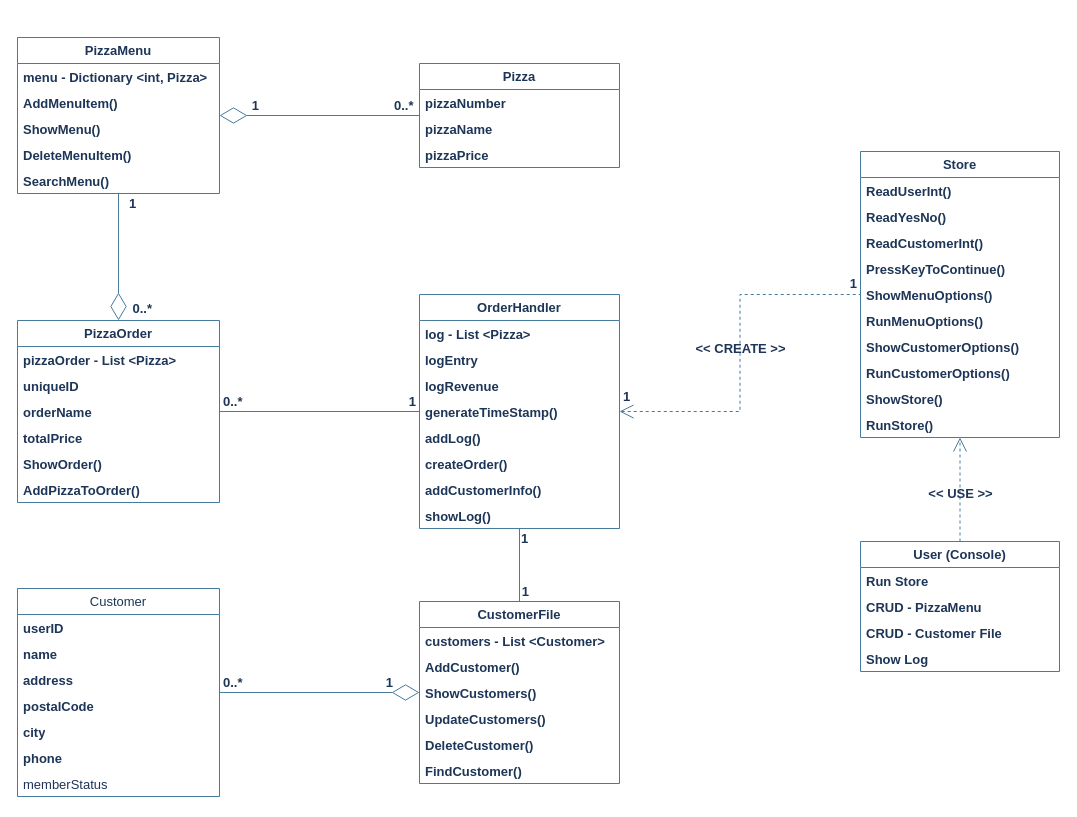
Before: PizzaStoreDomainDiagram.drawio in Cal-ly/PizzaStore, a draw.io diagram. Source tidied: cells renumbered, new cells numbered last; positions are measured from the earlier drawing's top-left corner, leaving out a move shared by most shapes. Both pictures are drawn from the tidied source at 100%, with x=0, y=0 at pixel (17, 37).
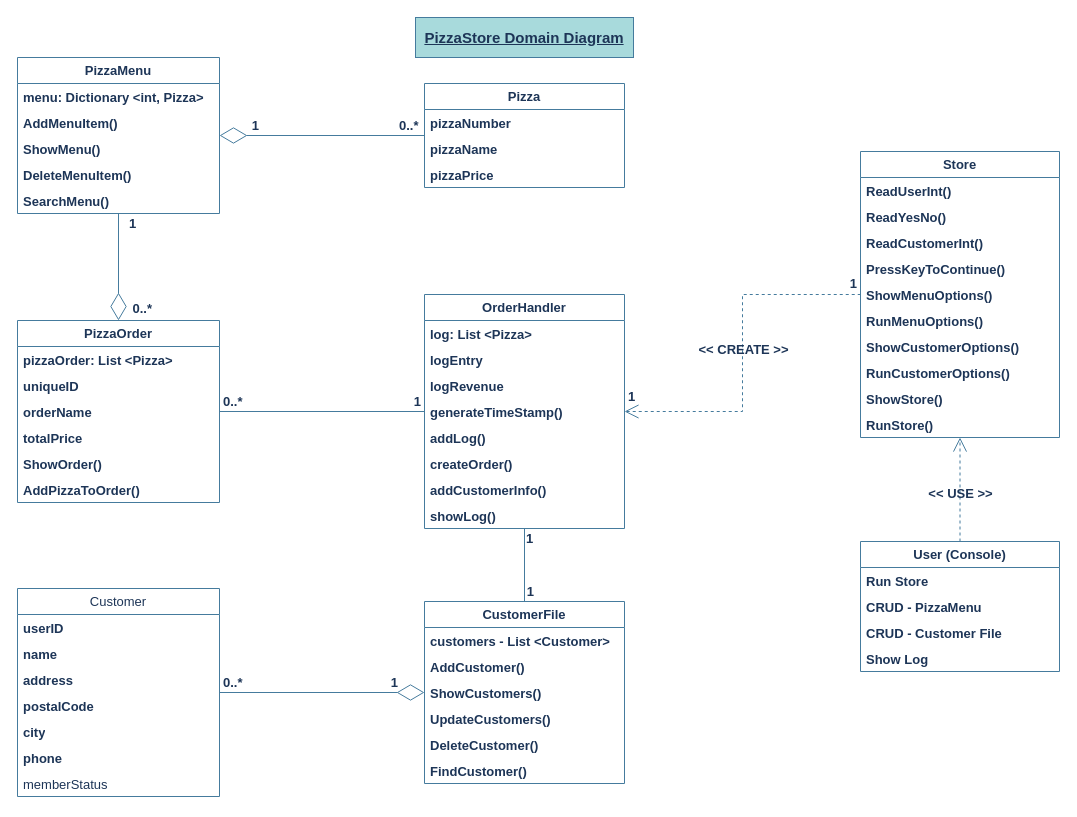
The same diagram, later.

The change refers to these unchanged cells:
```xml
<mxCell id="20" value="PizzaOrder" style="swimlane;fontStyle=1;horizontal=1;startSize=26;fillColor=none;whiteSpace=wrap;html=1;fontSize=13;spacing=2;rounded=0;labelBackgroundColor=none;strokeColor=#457B9D;fontColor=#1D3557;" parent="1" vertex="1">
  <mxGeometry y="283" width="202" height="182" as="geometry" />
</mxCell>
```

Change to the diagram source:
```diff
@@
     <mxCell id="2" value="Pizza" style="swimlane;fontStyle=1;horizontal=1;startSize=26;fillColor=none;whiteSpace=wrap;html=1;fontSize=13;spacing=2;rounded=0;labelBackgroundColor=none;strokeColor=#457B9D;fontColor=#1D3557;" parent="1" vertex="1">
-      <mxGeometry x="402" y="26" width="200" height="104" as="geometry" />
+      <mxGeometry x="407" y="46" width="200" height="104" as="geometry" />
     </mxCell>
@@
     <mxCell id="11" value="OrderHandler" style="swimlane;fontStyle=1;horizontal=1;startSize=26;fillColor=none;whiteSpace=wrap;html=1;fontSize=13;spacing=2;rounded=0;labelBackgroundColor=none;strokeColor=#457B9D;fontColor=#1D3557;" parent="1" vertex="1">
-      <mxGeometry x="402" y="257" width="200" height="234" as="geometry" />
+      <mxGeometry x="407" y="257" width="200" height="234" as="geometry" />
     </mxCell>
-    <mxCell id="12" value="log - List &amp;lt;Pizza&amp;gt;" style="text;strokeColor=none;fillColor=none;align=left;verticalAlign=top;spacingLeft=4;spacingRight=4;overflow=hidden;whiteSpace=wrap;html=1;fontSize=13;spacing=2;rounded=0;labelBackgroundColor=none;fontColor=#1D3557;fontStyle=1;" parent="11" vertex="1">
+    <mxCell id="12" value="log: List &amp;lt;Pizza&amp;gt;" style="text;strokeColor=none;fillColor=none;align=left;verticalAlign=top;spacingLeft=4;spacingRight=4;overflow=hidden;whiteSpace=wrap;html=1;fontSize=13;spacing=2;rounded=0;labelBackgroundColor=none;fontColor=#1D3557;fontStyle=1;" parent="11" vertex="1">
       <mxGeometry y="26" width="200" height="26" as="geometry" />
     </mxCell>
@@
-    <mxCell id="21" value="pizzaOrder - List &amp;lt;Pizza&amp;gt;" style="text;strokeColor=none;fillColor=none;align=left;verticalAlign=top;spacingLeft=4;spacingRight=4;overflow=hidden;whiteSpace=wrap;html=1;fontSize=13;spacing=2;rounded=0;labelBackgroundColor=none;fontColor=#1D3557;fontStyle=1;" parent="20" vertex="1">
+    <mxCell id="21" value="pizzaOrder: List &amp;lt;Pizza&amp;gt;" style="text;strokeColor=none;fillColor=none;align=left;verticalAlign=top;spacingLeft=4;spacingRight=4;overflow=hidden;whiteSpace=wrap;html=1;fontSize=13;spacing=2;rounded=0;labelBackgroundColor=none;fontColor=#1D3557;fontStyle=1;" parent="20" vertex="1">
       <mxGeometry y="26" width="202" height="26" as="geometry" />
     </mxCell>
@@
     <mxCell id="46" value="PizzaMenu" style="swimlane;fontStyle=1;horizontal=1;startSize=26;fillColor=none;whiteSpace=wrap;html=1;fontSize=13;spacing=2;rounded=0;labelBackgroundColor=none;strokeColor=#457B9D;fontColor=#1D3557;" parent="1" vertex="1">
-      <mxGeometry width="202" height="156" as="geometry" />
+      <mxGeometry y="20" width="202" height="156" as="geometry" />
     </mxCell>
-    <mxCell id="47" value="menu - Dictionary &amp;lt;int, Pizza&amp;gt;" style="text;strokeColor=none;fillColor=none;align=left;verticalAlign=top;spacingLeft=4;spacingRight=4;overflow=hidden;whiteSpace=wrap;html=1;fontSize=13;spacing=2;rounded=0;labelBackgroundColor=none;fontColor=#1D3557;fontStyle=1;" parent="46" vertex="1">
+    <mxCell id="47" value="menu: Dictionary &amp;lt;int, Pizza&amp;gt;" style="text;strokeColor=none;fillColor=none;align=left;verticalAlign=top;spacingLeft=4;spacingRight=4;overflow=hidden;whiteSpace=wrap;html=1;fontSize=13;spacing=2;rounded=0;labelBackgroundColor=none;fontColor=#1D3557;fontStyle=1;" parent="46" vertex="1">
       <mxGeometry y="26" width="202" height="26" as="geometry" />
     </mxCell>
@@
     <mxCell id="52" value="CustomerFile" style="swimlane;fontStyle=1;horizontal=1;startSize=26;fillColor=none;whiteSpace=wrap;html=1;fontSize=13;spacing=2;rounded=0;labelBackgroundColor=none;strokeColor=#457B9D;fontColor=#1D3557;" parent="1" vertex="1">
-      <mxGeometry x="402" y="564" width="200" height="182" as="geometry" />
+      <mxGeometry x="407" y="564" width="200" height="182" as="geometry" />
     </mxCell>
@@
+    <mxCell id="80" value="&lt;font style=&quot;font-size: 15px;&quot;&gt;PizzaStore Domain Diagram&lt;/font&gt;" style="whiteSpace=wrap;html=1;strokeColor=#457B9D;fontColor=#1D3557;fillColor=#A8DADC;fontSize=15;fontStyle=5;labelBackgroundColor=none;" parent="1" vertex="1">
+      <mxGeometry x="398" y="-20" width="218" height="40" as="geometry" />
+    </mxCell>
```
